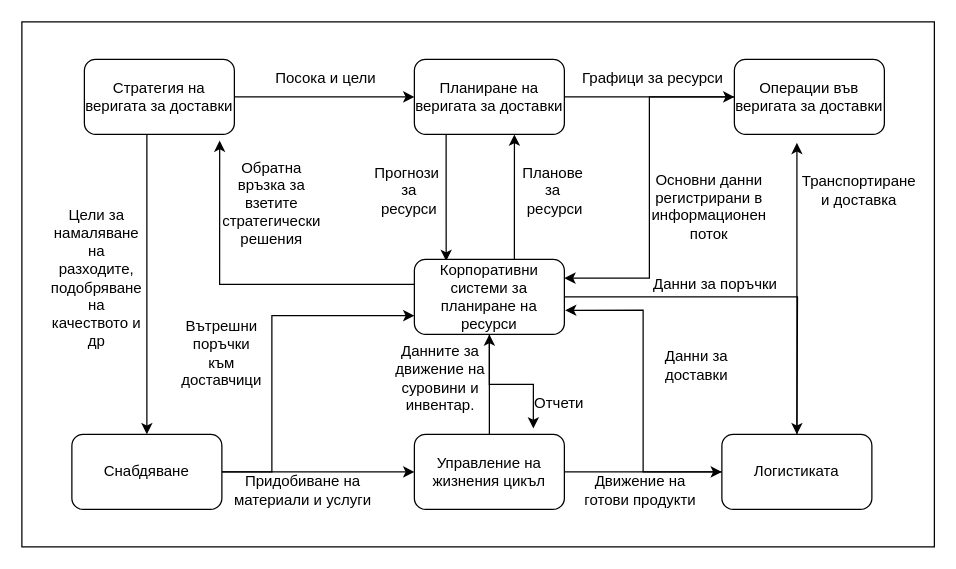
Earlier version of the draw.io diagram Chapter1/SCMelements_EN.drawio (profjordanov/phd). Source tidied: cells renumbered, new cells numbered last; positions are measured from the earlier drawing's top-left corner, leaving out a move shared by most shapes. Both pictures are drawn from the tidied source at 125%, with x=0, y=0 at pixel (21, 21).
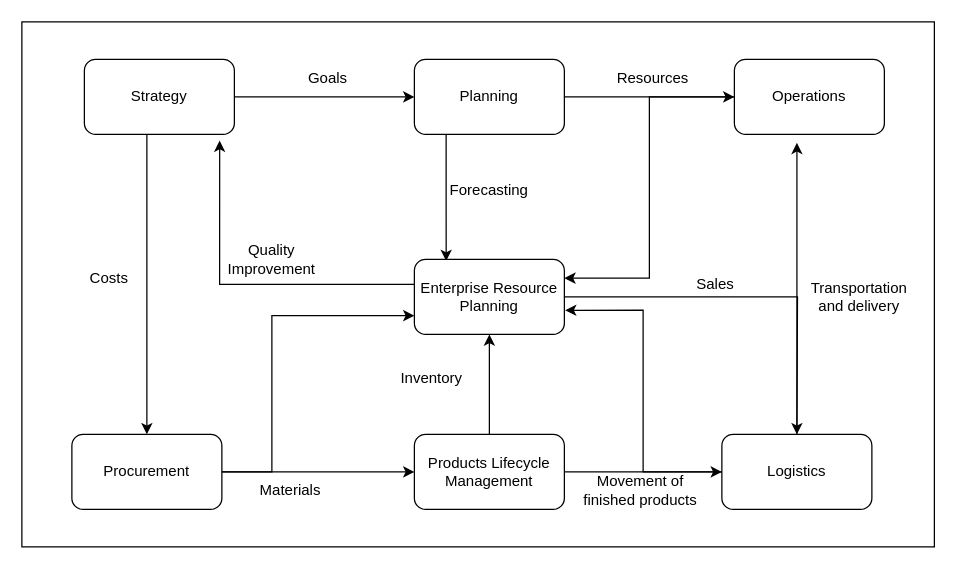
The same page after the edit.

The edit, as a diff of the source:
```diff
@@
-    <mxCell id="5" value="Стратегия на веригата за доставки " style="rounded=1;whiteSpace=wrap;html=1;" parent="1" vertex="1">
+    <mxCell id="5" value="Strategy " style="rounded=1;whiteSpace=wrap;html=1;" parent="1" vertex="1">
       <mxGeometry x="50" y="30" width="120" height="60" as="geometry" />
     </mxCell>
@@
-    <mxCell id="8" value="Планиране на веригата за доставки " style="rounded=1;whiteSpace=wrap;html=1;" parent="1" vertex="1">
+    <mxCell id="8" value="&lt;div&gt;Planning &lt;/div&gt;" style="rounded=1;whiteSpace=wrap;html=1;" parent="1" vertex="1">
       <mxGeometry x="314" y="30" width="120" height="60" as="geometry" />
     </mxCell>
@@
-    <mxCell id="10" value="Операции във веригата за доставки " style="rounded=1;whiteSpace=wrap;html=1;" parent="1" vertex="1">
+    <mxCell id="10" value="Operations " style="rounded=1;whiteSpace=wrap;html=1;" parent="1" vertex="1">
       <mxGeometry x="570" y="30" width="120" height="60" as="geometry" />
     </mxCell>
-    <mxCell id="11" value="Логистиката" style="rounded=1;whiteSpace=wrap;html=1;" parent="1" vertex="1">
+    <mxCell id="11" value="Logistics" style="rounded=1;whiteSpace=wrap;html=1;" parent="1" vertex="1">
       <mxGeometry x="560" y="330" width="120" height="60" as="geometry" />
     </mxCell>
@@
-    <mxCell id="14" value="Управление на жизнения цикъл " style="rounded=1;whiteSpace=wrap;html=1;" parent="1" vertex="1">
+    <mxCell id="14" value="Products Lifecycle Management " style="rounded=1;whiteSpace=wrap;html=1;" parent="1" vertex="1">
       <mxGeometry x="314" y="330" width="120" height="60" as="geometry" />
     </mxCell>
@@
-    <mxCell id="17" value="Снабдяване" style="rounded=1;whiteSpace=wrap;html=1;" parent="1" vertex="1">
+    <mxCell id="17" value="Procurement" style="rounded=1;whiteSpace=wrap;html=1;" parent="1" vertex="1">
       <mxGeometry x="40" y="330" width="120" height="60" as="geometry" />
     </mxCell>
-    <mxCell id="18" style="edgeStyle=orthogonalEdgeStyle;rounded=0;jettySize=auto;html=1;entryX=0.667;entryY=1.002;entryDx=0;entryDy=0;entryPerimeter=0;" parent="1" edge="1" source="20" target="8">
-      <mxGeometry relative="1" as="geometry">
-        <Array as="points">
-          <mxPoint x="394" y="160" />
-          <mxPoint x="394" y="160" />
-        </Array>
-      </mxGeometry>
-    </mxCell>
@@
-    <mxCell id="20" value="Корпоративни системи за планиране на ресурси " style="rounded=1;whiteSpace=wrap;html=1;" parent="1" vertex="1">
+    <mxCell id="20" value="Enterprise Resource Planning " style="rounded=1;whiteSpace=wrap;html=1;" parent="1" vertex="1">
       <mxGeometry x="314" y="190" width="120" height="60" as="geometry" />
     </mxCell>
-    <mxCell id="21" value="Посока и цели&amp;nbsp;" style="text;html=1;align=center;verticalAlign=middle;whiteSpace=wrap;rounded=0;" parent="1" vertex="1">
+    <mxCell id="21" value="Goals" style="text;html=1;align=center;verticalAlign=middle;whiteSpace=wrap;rounded=0;" parent="1" vertex="1">
       <mxGeometry x="160" y="30" width="170" height="30" as="geometry" />
     </mxCell>
-    <mxCell id="22" value="Прогнози&amp;nbsp;&lt;div&gt;&lt;span style=&quot;background-color: initial;&quot;&gt;за ресурси&lt;/span&gt;&lt;/div&gt;" style="text;html=1;align=center;verticalAlign=middle;whiteSpace=wrap;rounded=0;" parent="1" vertex="1">
-      <mxGeometry x="280" y="120" width="60" height="30" as="geometry" />
+    <mxCell id="22" value="Forecasting" style="text;html=1;align=center;verticalAlign=middle;whiteSpace=wrap;rounded=0;" parent="1" vertex="1">
+      <mxGeometry x="344" y="120" width="60" height="30" as="geometry" />
     </mxCell>
-    <mxCell id="23" value="Графици&lt;span style=&quot;background-color: initial;&quot;&gt;&amp;nbsp;за ресурси&lt;/span&gt;" style="text;html=1;align=center;verticalAlign=middle;whiteSpace=wrap;rounded=0;" parent="1" vertex="1">
+    <mxCell id="23" value="Resources" style="text;html=1;align=center;verticalAlign=middle;whiteSpace=wrap;rounded=0;" parent="1" vertex="1">
       <mxGeometry x="420" y="30" width="170" height="30" as="geometry" />
     </mxCell>
-    <mxCell id="24" value="&lt;div&gt;Планове за&lt;/div&gt;&lt;div&gt;&amp;nbsp;ресурси&lt;/div&gt;" style="text;html=1;align=center;verticalAlign=middle;whiteSpace=wrap;rounded=0;" parent="1" vertex="1">
-      <mxGeometry x="400" y="120" width="50" height="30" as="geometry" />
-    </mxCell>
-    <mxCell id="25" value="Основни данни регистрирани&amp;nbsp;в информационен поток&lt;div&gt;&lt;br&gt;&lt;/div&gt;" style="text;html=1;align=center;verticalAlign=middle;whiteSpace=wrap;rounded=0;" parent="1" vertex="1">
-      <mxGeometry x="520" y="140" width="60" height="30" as="geometry" />
-    </mxCell>
@@
-    <mxCell id="27" value="Обратна връзка за взетите стратегически решения" style="text;html=1;align=center;verticalAlign=middle;whiteSpace=wrap;rounded=0;" parent="1" vertex="1">
-      <mxGeometry x="170" y="130" width="60" height="30" as="geometry" />
-    </mxCell>
-    <mxCell id="28" value="Цели за намаляване на разходите, подобряване на качеството и др" style="text;html=1;align=center;verticalAlign=middle;whiteSpace=wrap;rounded=0;" parent="1" vertex="1">
-      <mxGeometry x="30" y="190" width="60" height="30" as="geometry" />
+    <mxCell id="28" value="Costs" style="text;html=1;align=center;verticalAlign=middle;whiteSpace=wrap;rounded=0;" parent="1" vertex="1">
+      <mxGeometry x="40" y="190" width="60" height="30" as="geometry" />
     </mxCell>
-    <mxCell id="29" value="Вътрешни поръчки към доставчици" style="text;html=1;align=center;verticalAlign=middle;whiteSpace=wrap;rounded=0;" parent="1" vertex="1">
-      <mxGeometry x="130" y="250" width="60" height="30" as="geometry" />
-    </mxCell>
-    <mxCell id="30" value="Придобиване на материали и услуги" style="text;html=1;align=center;verticalAlign=middle;whiteSpace=wrap;rounded=0;" parent="1" vertex="1">
-      <mxGeometry x="160" y="360" width="130" height="30" as="geometry" />
+    <mxCell id="30" value="Materials" style="text;html=1;align=center;verticalAlign=middle;whiteSpace=wrap;rounded=0;" parent="1" vertex="1">
+      <mxGeometry x="150" y="360" width="130" height="30" as="geometry" />
     </mxCell>
-    <mxCell id="31" value="Данните за движение на суровини и инвентар." style="text;html=1;align=center;verticalAlign=middle;whiteSpace=wrap;rounded=0;" parent="1" vertex="1">
-      <mxGeometry x="277" y="270" width="116" height="30" as="geometry" />
+    <mxCell id="31" value="Inventory" style="text;html=1;align=center;verticalAlign=middle;whiteSpace=wrap;rounded=0;" parent="1" vertex="1">
+      <mxGeometry x="270" y="270" width="116" height="30" as="geometry" />
     </mxCell>
@@
-    <mxCell id="33" value="Транспортиране и доставка" style="text;html=1;align=center;verticalAlign=middle;whiteSpace=wrap;rounded=0;" parent="1" vertex="1">
-      <mxGeometry x="640" y="120" width="60" height="30" as="geometry" />
+    <mxCell id="33" value="Transportation and delivery" style="text;html=1;align=center;verticalAlign=middle;whiteSpace=wrap;rounded=0;" parent="1" vertex="1">
+      <mxGeometry x="640" y="205" width="60" height="30" as="geometry" />
     </mxCell>
@@
-    <mxCell id="35" value="&lt;div&gt;Данни за поръчки&lt;/div&gt;" style="text;html=1;align=center;verticalAlign=middle;whiteSpace=wrap;rounded=0;" parent="1" vertex="1">
+    <mxCell id="35" value="&lt;div&gt;Sales&lt;/div&gt;" style="text;html=1;align=center;verticalAlign=middle;whiteSpace=wrap;rounded=0;" parent="1" vertex="1">
       <mxGeometry x="490" y="195" width="130" height="30" as="geometry" />
     </mxCell>
-    <mxCell id="36" value="&lt;div&gt;Данни за доставки&lt;/div&gt;" style="text;html=1;align=center;verticalAlign=middle;whiteSpace=wrap;rounded=0;" parent="1" vertex="1">
-      <mxGeometry x="510" y="260" width="60" height="30" as="geometry" />
-    </mxCell>
-    <mxCell id="37" value="Движение на готови продукти" style="text;html=1;align=center;verticalAlign=middle;whiteSpace=wrap;rounded=0;" parent="1" vertex="1">
+    <mxCell id="37" value="Movement of finished products" style="text;html=1;align=center;verticalAlign=middle;whiteSpace=wrap;rounded=0;" parent="1" vertex="1">
       <mxGeometry x="440" y="360" width="110" height="30" as="geometry" />
     </mxCell>
-    <mxCell id="38" style="edgeStyle=orthogonalEdgeStyle;rounded=0;jettySize=auto;html=1;entryX=0.793;entryY=-0.079;entryDx=0;entryDy=0;entryPerimeter=0;" parent="1" edge="1" source="20" target="14">
-      <mxGeometry relative="1" as="geometry" />
-    </mxCell>
-    <mxCell id="39" value="&lt;div&gt;Отчети&lt;/div&gt;" style="text;html=1;align=center;verticalAlign=middle;whiteSpace=wrap;rounded=0;" parent="1" vertex="1">
-      <mxGeometry x="400" y="290" width="60" height="30" as="geometry" />
-    </mxCell>
+    <mxCell id="40" value="Quality Improvement" style="text;html=1;align=center;verticalAlign=middle;whiteSpace=wrap;rounded=0;" parent="1" vertex="1">
+      <mxGeometry x="170" y="175" width="60" height="30" as="geometry" />
+    </mxCell>
```
